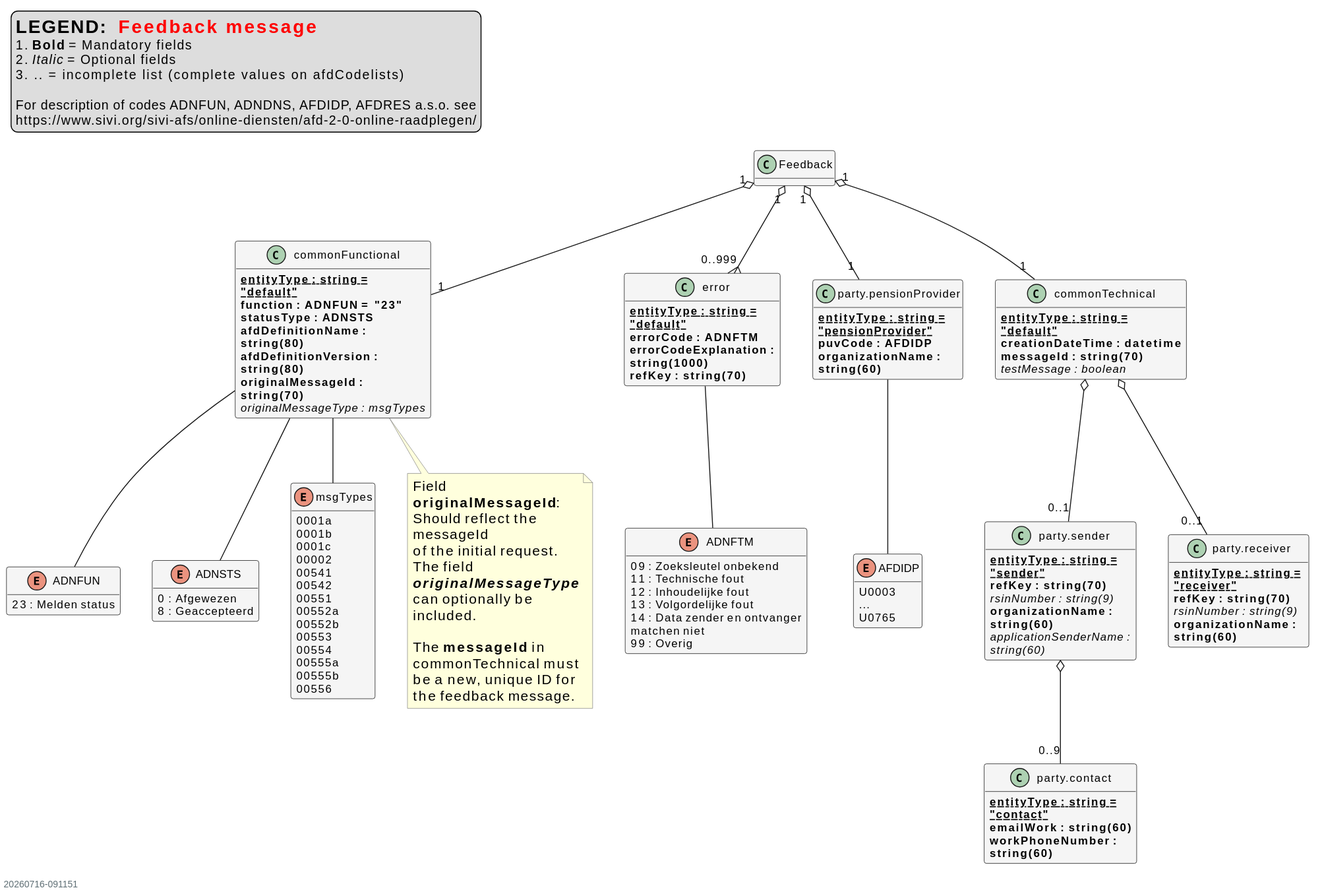
Earlier version of the PlantUML export VBPUO_Feedback_Message/MessageStructureView/Feedback_message.svg (Stichting-SIVI/VBPUOdsk).
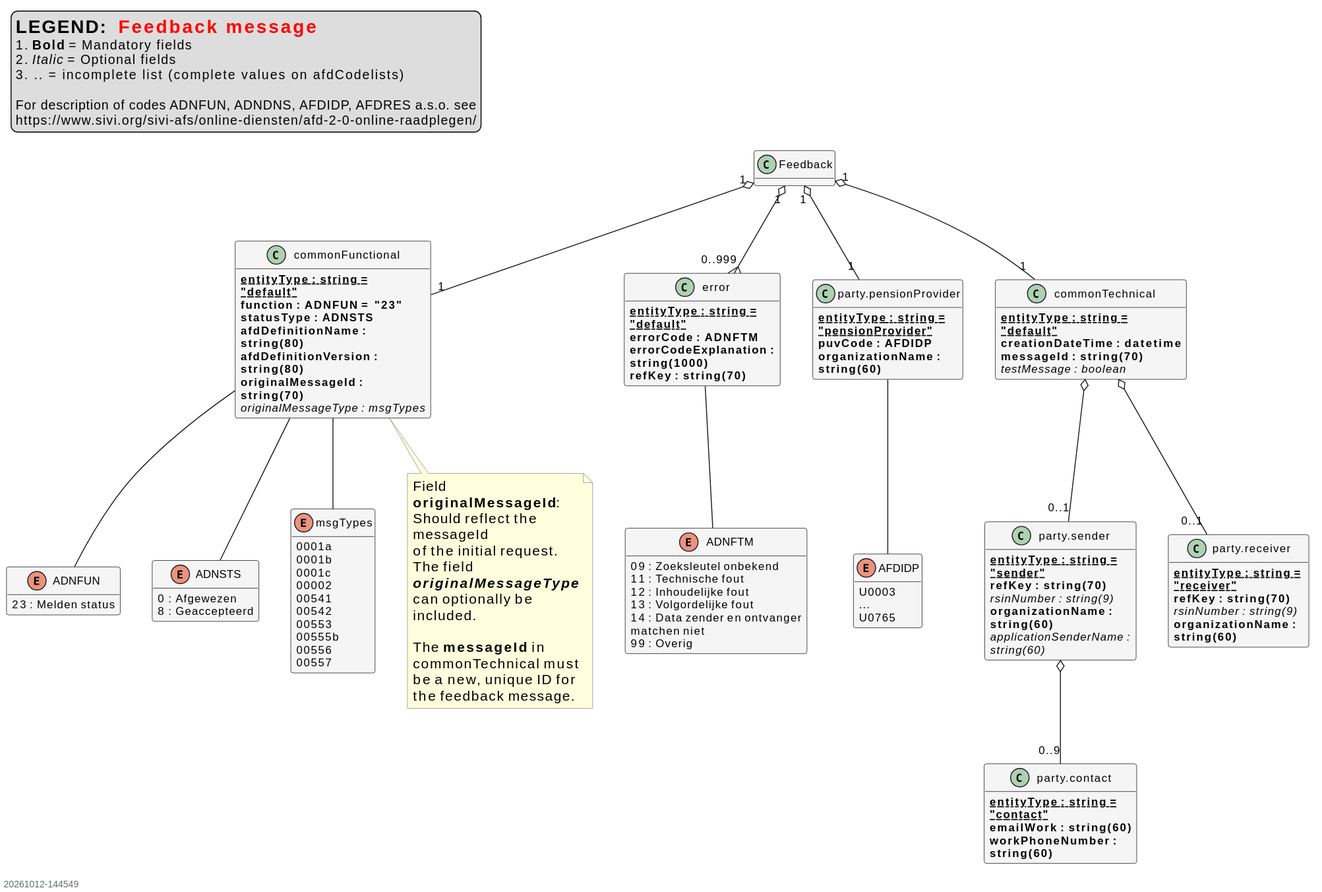
After the commit.

The edit, as a diff of the source:
```diff
@@ -62,14 +62,10 @@
     00002
     00541
     00542
-    00551
-    00552a
-    00552b
     00553
-    00554
-    00555a
     00555b
     00556
+    00557
  }
 
 class commonFunctional {
```
